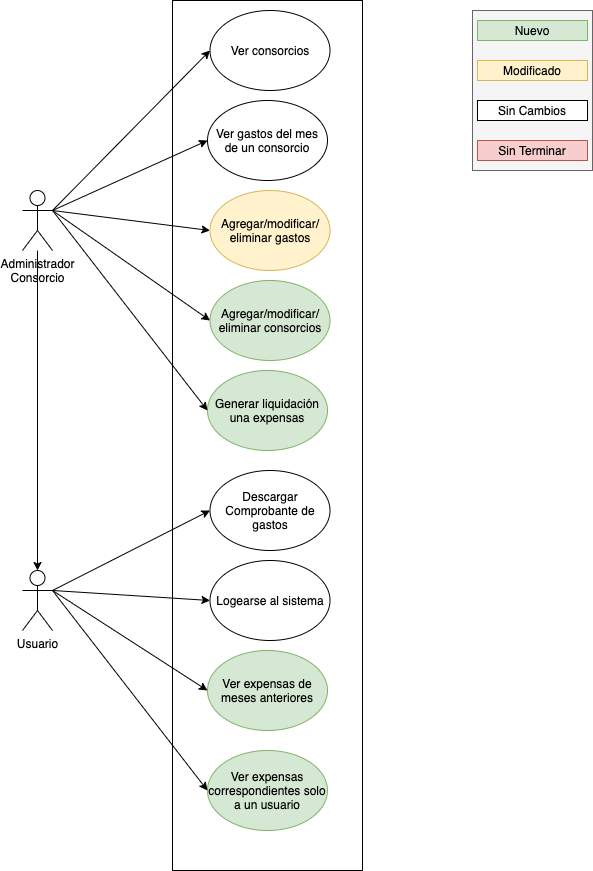
fbritez/consorcio-unido keeps this draw.io diagram as united-consortium-doc/use-cases-sources/entrega2.png. Above is the earlier version. Source tidied: cells renumbered, new cells last; positions are measured from the earlier drawing's top-left corner, leaving out a move shared by most shapes. Source of this version:
```xml
<mxGraphModel>
  <root>
    <mxCell id="0" />
    <mxCell id="1" parent="0" />
    <mxCell id="2" style="rounded=0;whiteSpace=wrap;html=1;" parent="1" vertex="1">
      <mxGeometry x="150" width="190" height="870" as="geometry" />
    </mxCell>
    <mxCell id="3" style="edgeStyle=orthogonalEdgeStyle;rounded=0;jettySize=auto;html=1;entryX=0.5;entryY=0;entryDx=0;entryDy=0;entryPerimeter=0;" parent="1" edge="1" source="4" target="20">
      <mxGeometry relative="1" as="geometry" />
    </mxCell>
    <mxCell id="4" value="Administrador&lt;br&gt;Consorcio" style="shape=umlActor;verticalLabelPosition=bottom;verticalAlign=top;html=1;outlineConnect=0;" parent="1" vertex="1">
      <mxGeometry y="190" width="30" height="60" as="geometry" />
    </mxCell>
    <mxCell id="5" value="Ver consorcios" style="ellipse;whiteSpace=wrap;html=1;" parent="1" vertex="1">
      <mxGeometry x="187.5" y="10" width="120" height="80" as="geometry" />
    </mxCell>
    <mxCell id="6" style="endArrow=classic;html=1;entryX=0;entryY=0.5;entryDx=0;entryDy=0;exitX=1;exitY=0.3333333333333333;exitDx=0;exitDy=0;exitPerimeter=0;" parent="1" edge="1" source="4" target="5">
      <mxGeometry relative="1" as="geometry" />
    </mxCell>
    <mxCell id="7" value="Ver gastos del mes&lt;br&gt;de un consorcio" style="ellipse;whiteSpace=wrap;html=1;" parent="1" vertex="1">
      <mxGeometry x="185" y="100" width="120" height="80" as="geometry" />
    </mxCell>
    <mxCell id="8" style="endArrow=classic;html=1;entryX=0;entryY=0.5;entryDx=0;entryDy=0;exitX=1;exitY=0.3333333333333333;exitDx=0;exitDy=0;exitPerimeter=0;" parent="1" edge="1" source="4" target="7">
      <mxGeometry relative="1" as="geometry" />
    </mxCell>
    <mxCell id="9" value="Agregar/modificar/&lt;br&gt;eliminar gastos" style="ellipse;whiteSpace=wrap;html=1;fillColor=#fff2cc;strokeColor=#d6b656;" parent="1" vertex="1">
      <mxGeometry x="187.5" y="190" width="120" height="80" as="geometry" />
    </mxCell>
    <mxCell id="10" style="endArrow=classic;html=1;entryX=0;entryY=0.5;entryDx=0;entryDy=0;exitX=1;exitY=0.3333333333333333;exitDx=0;exitDy=0;exitPerimeter=0;" parent="1" edge="1" source="4" target="9">
      <mxGeometry relative="1" as="geometry" />
    </mxCell>
    <mxCell id="11" style="rounded=0;whiteSpace=wrap;html=1;fillColor=#f5f5f5;strokeColor=#666666;fontColor=#333333;" parent="1" vertex="1">
      <mxGeometry x="450" y="10" width="120" height="160" as="geometry" />
    </mxCell>
    <mxCell id="12" value="Nuevo" style="rounded=0;whiteSpace=wrap;html=1;fillColor=#d5e8d4;strokeColor=#82b366;" parent="1" vertex="1">
      <mxGeometry x="455" y="20" width="110" height="20" as="geometry" />
    </mxCell>
    <mxCell id="13" value="Modificado" style="rounded=0;whiteSpace=wrap;html=1;fillColor=#fff2cc;strokeColor=#d6b656;" parent="1" vertex="1">
      <mxGeometry x="455" y="60" width="110" height="20" as="geometry" />
    </mxCell>
    <mxCell id="14" value="Sin Cambios" style="rounded=0;whiteSpace=wrap;html=1;" parent="1" vertex="1">
      <mxGeometry x="455" y="100" width="110" height="20" as="geometry" />
    </mxCell>
    <mxCell id="15" value="Sin Terminar" style="rounded=0;whiteSpace=wrap;html=1;fillColor=#f8cecc;strokeColor=#b85450;" parent="1" vertex="1">
      <mxGeometry x="455" y="140" width="110" height="20" as="geometry" />
    </mxCell>
    <mxCell id="16" value="Descargar Comprobante de gastos" style="ellipse;whiteSpace=wrap;html=1;fillColor=#FFFFFF;strokeColor=#000000;" parent="1" vertex="1">
      <mxGeometry x="187.5" y="470" width="120" height="80" as="geometry" />
    </mxCell>
    <mxCell id="17" value="Logearse al sistema" style="ellipse;whiteSpace=wrap;html=1;fillColor=#FFFFFF;strokeColor=#000000;" parent="1" vertex="1">
      <mxGeometry x="187.5" y="560" width="120" height="80" as="geometry" />
    </mxCell>
    <mxCell id="18" style="endArrow=classic;html=1;entryX=0;entryY=0.5;entryDx=0;entryDy=0;exitX=1;exitY=0.3333333333333333;exitDx=0;exitDy=0;exitPerimeter=0;" parent="1" edge="1" source="20" target="16">
      <mxGeometry relative="1" as="geometry" />
    </mxCell>
    <mxCell id="19" style="endArrow=classic;html=1;entryX=0;entryY=0.5;entryDx=0;entryDy=0;exitX=1;exitY=0.333;exitDx=0;exitDy=0;exitPerimeter=0;" parent="1" edge="1" source="20" target="17">
      <mxGeometry relative="1" as="geometry" />
    </mxCell>
    <mxCell id="20" value="Usuario" style="shape=umlActor;verticalLabelPosition=bottom;verticalAlign=top;html=1;outlineConnect=0;" parent="1" vertex="1">
      <mxGeometry y="570" width="30" height="60" as="geometry" />
    </mxCell>
    <mxCell id="21" value="Agregar/modificar/&lt;br&gt;eliminar consorcios" style="ellipse;whiteSpace=wrap;html=1;fillColor=#d5e8d4;strokeColor=#82b366;" parent="1" vertex="1">
      <mxGeometry x="187.5" y="280" width="120" height="80" as="geometry" />
    </mxCell>
    <mxCell id="22" style="endArrow=classic;html=1;entryX=0;entryY=0.5;entryDx=0;entryDy=0;exitX=1;exitY=0.3333333333333333;exitDx=0;exitDy=0;exitPerimeter=0;" parent="1" edge="1" source="4" target="21">
      <mxGeometry relative="1" as="geometry" />
    </mxCell>
    <mxCell id="23" value="Ver expensas de meses anteriores" style="ellipse;whiteSpace=wrap;html=1;fillColor=#d5e8d4;strokeColor=#82b366;" parent="1" vertex="1">
      <mxGeometry x="185" y="650" width="120" height="80" as="geometry" />
    </mxCell>
    <mxCell id="24" style="endArrow=classic;html=1;entryX=0;entryY=0.5;entryDx=0;entryDy=0;exitX=1;exitY=0.3333333333333333;exitDx=0;exitDy=0;exitPerimeter=0;" parent="1" edge="1" source="20" target="23">
      <mxGeometry relative="1" as="geometry" />
    </mxCell>
    <mxCell id="25" value="Ver expensas correspondientes solo a un usuario" style="ellipse;whiteSpace=wrap;html=1;fillColor=#d5e8d4;strokeColor=#82b366;" parent="1" vertex="1">
      <mxGeometry x="185" y="750" width="120" height="80" as="geometry" />
    </mxCell>
    <mxCell id="26" style="endArrow=classic;html=1;entryX=0;entryY=0.5;entryDx=0;entryDy=0;exitX=1;exitY=0.3333333333333333;exitDx=0;exitDy=0;exitPerimeter=0;" parent="1" edge="1" source="20" target="25">
      <mxGeometry relative="1" as="geometry" />
    </mxCell>
    <mxCell id="27" value="Generar liquidación una expensas" style="ellipse;whiteSpace=wrap;html=1;fillColor=#d5e8d4;strokeColor=#82b366;" parent="1" vertex="1">
      <mxGeometry x="185" y="370" width="120" height="80" as="geometry" />
    </mxCell>
    <mxCell id="28" style="endArrow=classic;html=1;entryX=0;entryY=0.5;entryDx=0;entryDy=0;exitX=1;exitY=0.3333333333333333;exitDx=0;exitDy=0;exitPerimeter=0;" parent="1" edge="1" source="4" target="27">
      <mxGeometry relative="1" as="geometry" />
    </mxCell>
  </root>
</mxGraphModel>
```
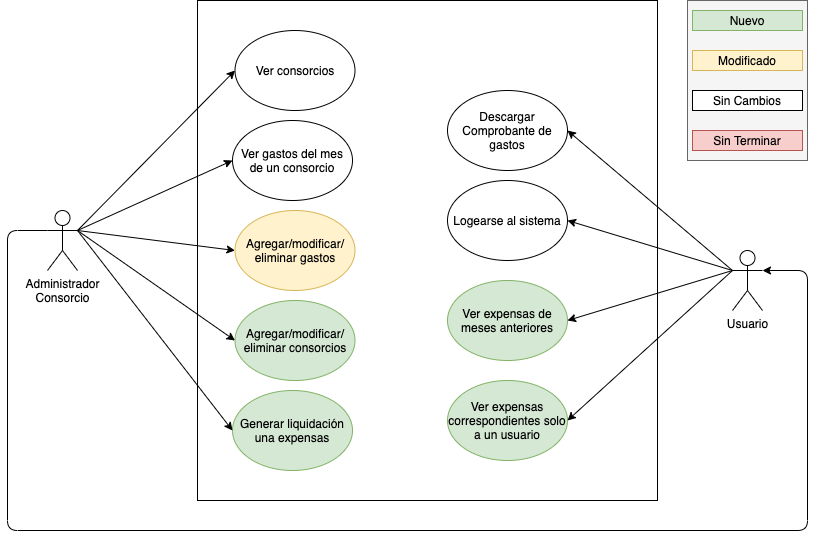
After the commit.

What changed in the source:
```diff
@@ -3,85 +3,92 @@
     <mxCell id="0" />
     <mxCell id="1" parent="0" />
     <mxCell id="2" style="rounded=0;whiteSpace=wrap;html=1;" parent="1" vertex="1">
-      <mxGeometry x="150" width="190" height="870" as="geometry" />
+      <mxGeometry x="130" width="460" height="500" as="geometry" />
     </mxCell>
-    <mxCell id="3" style="edgeStyle=orthogonalEdgeStyle;rounded=0;jettySize=auto;html=1;entryX=0.5;entryY=0;entryDx=0;entryDy=0;entryPerimeter=0;" parent="1" edge="1" source="4" target="20">
-      <mxGeometry relative="1" as="geometry" />
-    </mxCell>
     <mxCell id="4" value="Administrador&lt;br&gt;Consorcio" style="shape=umlActor;verticalLabelPosition=bottom;verticalAlign=top;html=1;outlineConnect=0;" parent="1" vertex="1">
-      <mxGeometry y="190" width="30" height="60" as="geometry" />
+      <mxGeometry x="-20" y="210" width="30" height="60" as="geometry" />
     </mxCell>
     <mxCell id="5" value="Ver consorcios" style="ellipse;whiteSpace=wrap;html=1;" parent="1" vertex="1">
-      <mxGeometry x="187.5" y="10" width="120" height="80" as="geometry" />
+      <mxGeometry x="167.5" y="30" width="120" height="80" as="geometry" />
     </mxCell>
     <mxCell id="6" style="endArrow=classic;html=1;entryX=0;entryY=0.5;entryDx=0;entryDy=0;exitX=1;exitY=0.3333333333333333;exitDx=0;exitDy=0;exitPerimeter=0;" parent="1" edge="1" source="4" target="5">
       <mxGeometry relative="1" as="geometry" />
     </mxCell>
     <mxCell id="7" value="Ver gastos del mes&lt;br&gt;de un consorcio" style="ellipse;whiteSpace=wrap;html=1;" parent="1" vertex="1">
-      <mxGeometry x="185" y="100" width="120" height="80" as="geometry" />
+      <mxGeometry x="165" y="120" width="120" height="80" as="geometry" />
     </mxCell>
     <mxCell id="8" style="endArrow=classic;html=1;entryX=0;entryY=0.5;entryDx=0;entryDy=0;exitX=1;exitY=0.3333333333333333;exitDx=0;exitDy=0;exitPerimeter=0;" parent="1" edge="1" source="4" target="7">
       <mxGeometry relative="1" as="geometry" />
     </mxCell>
     <mxCell id="9" value="Agregar/modificar/&lt;br&gt;eliminar gastos" style="ellipse;whiteSpace=wrap;html=1;fillColor=#fff2cc;strokeColor=#d6b656;" parent="1" vertex="1">
-      <mxGeometry x="187.5" y="190" width="120" height="80" as="geometry" />
+      <mxGeometry x="167.5" y="210" width="120" height="80" as="geometry" />
     </mxCell>
     <mxCell id="10" style="endArrow=classic;html=1;entryX=0;entryY=0.5;entryDx=0;entryDy=0;exitX=1;exitY=0.3333333333333333;exitDx=0;exitDy=0;exitPerimeter=0;" parent="1" edge="1" source="4" target="9">
       <mxGeometry relative="1" as="geometry" />
     </mxCell>
     <mxCell id="11" style="rounded=0;whiteSpace=wrap;html=1;fillColor=#f5f5f5;strokeColor=#666666;fontColor=#333333;" parent="1" vertex="1">
-      <mxGeometry x="450" y="10" width="120" height="160" as="geometry" />
+      <mxGeometry x="620" width="120" height="160" as="geometry" />
     </mxCell>
     <mxCell id="12" value="Nuevo" style="rounded=0;whiteSpace=wrap;html=1;fillColor=#d5e8d4;strokeColor=#82b366;" parent="1" vertex="1">
-      <mxGeometry x="455" y="20" width="110" height="20" as="geometry" />
+      <mxGeometry x="625" y="10" width="110" height="20" as="geometry" />
     </mxCell>
     <mxCell id="13" value="Modificado" style="rounded=0;whiteSpace=wrap;html=1;fillColor=#fff2cc;strokeColor=#d6b656;" parent="1" vertex="1">
-      <mxGeometry x="455" y="60" width="110" height="20" as="geometry" />
+      <mxGeometry x="625" y="50" width="110" height="20" as="geometry" />
     </mxCell>
     <mxCell id="14" value="Sin Cambios" style="rounded=0;whiteSpace=wrap;html=1;" parent="1" vertex="1">
-      <mxGeometry x="455" y="100" width="110" height="20" as="geometry" />
+      <mxGeometry x="625" y="90" width="110" height="20" as="geometry" />
     </mxCell>
     <mxCell id="15" value="Sin Terminar" style="rounded=0;whiteSpace=wrap;html=1;fillColor=#f8cecc;strokeColor=#b85450;" parent="1" vertex="1">
-      <mxGeometry x="455" y="140" width="110" height="20" as="geometry" />
+      <mxGeometry x="625" y="130" width="110" height="20" as="geometry" />
     </mxCell>
     <mxCell id="16" value="Descargar Comprobante de gastos" style="ellipse;whiteSpace=wrap;html=1;fillColor=#FFFFFF;strokeColor=#000000;" parent="1" vertex="1">
-      <mxGeometry x="187.5" y="470" width="120" height="80" as="geometry" />
+      <mxGeometry x="380" y="90" width="120" height="80" as="geometry" />
     </mxCell>
     <mxCell id="17" value="Logearse al sistema" style="ellipse;whiteSpace=wrap;html=1;fillColor=#FFFFFF;strokeColor=#000000;" parent="1" vertex="1">
-      <mxGeometry x="187.5" y="560" width="120" height="80" as="geometry" />
+      <mxGeometry x="380" y="180" width="120" height="80" as="geometry" />
     </mxCell>
-    <mxCell id="18" style="endArrow=classic;html=1;entryX=0;entryY=0.5;entryDx=0;entryDy=0;exitX=1;exitY=0.3333333333333333;exitDx=0;exitDy=0;exitPerimeter=0;" parent="1" edge="1" source="20" target="16">
+    <mxCell id="18" style="endArrow=classic;html=1;entryX=1;entryY=0.5;entryDx=0;entryDy=0;exitX=0;exitY=0.3333333333333333;exitDx=0;exitDy=0;exitPerimeter=0;" parent="1" edge="1" source="20" target="16">
       <mxGeometry relative="1" as="geometry" />
     </mxCell>
-    <mxCell id="19" style="endArrow=classic;html=1;entryX=0;entryY=0.5;entryDx=0;entryDy=0;exitX=1;exitY=0.333;exitDx=0;exitDy=0;exitPerimeter=0;" parent="1" edge="1" source="20" target="17">
+    <mxCell id="19" style="endArrow=classic;html=1;entryX=1;entryY=0.5;entryDx=0;entryDy=0;exitX=0;exitY=0.3333333333333333;exitDx=0;exitDy=0;exitPerimeter=0;" parent="1" edge="1" source="20" target="17">
       <mxGeometry relative="1" as="geometry" />
     </mxCell>
     <mxCell id="20" value="Usuario" style="shape=umlActor;verticalLabelPosition=bottom;verticalAlign=top;html=1;outlineConnect=0;" parent="1" vertex="1">
-      <mxGeometry y="570" width="30" height="60" as="geometry" />
+      <mxGeometry x="665" y="250" width="30" height="60" as="geometry" />
     </mxCell>
     <mxCell id="21" value="Agregar/modificar/&lt;br&gt;eliminar consorcios" style="ellipse;whiteSpace=wrap;html=1;fillColor=#d5e8d4;strokeColor=#82b366;" parent="1" vertex="1">
-      <mxGeometry x="187.5" y="280" width="120" height="80" as="geometry" />
+      <mxGeometry x="167.5" y="300" width="120" height="80" as="geometry" />
     </mxCell>
     <mxCell id="22" style="endArrow=classic;html=1;entryX=0;entryY=0.5;entryDx=0;entryDy=0;exitX=1;exitY=0.3333333333333333;exitDx=0;exitDy=0;exitPerimeter=0;" parent="1" edge="1" source="4" target="21">
       <mxGeometry relative="1" as="geometry" />
     </mxCell>
     <mxCell id="23" value="Ver expensas de meses anteriores" style="ellipse;whiteSpace=wrap;html=1;fillColor=#d5e8d4;strokeColor=#82b366;" parent="1" vertex="1">
-      <mxGeometry x="185" y="650" width="120" height="80" as="geometry" />
+      <mxGeometry x="380" y="280" width="120" height="80" as="geometry" />
     </mxCell>
-    <mxCell id="24" style="endArrow=classic;html=1;entryX=0;entryY=0.5;entryDx=0;entryDy=0;exitX=1;exitY=0.3333333333333333;exitDx=0;exitDy=0;exitPerimeter=0;" parent="1" edge="1" source="20" target="23">
+    <mxCell id="24" style="endArrow=classic;html=1;entryX=1;entryY=0.5;entryDx=0;entryDy=0;exitX=0;exitY=0.3333333333333333;exitDx=0;exitDy=0;exitPerimeter=0;" parent="1" edge="1" source="20" target="23">
       <mxGeometry relative="1" as="geometry" />
     </mxCell>
     <mxCell id="25" value="Ver expensas correspondientes solo a un usuario" style="ellipse;whiteSpace=wrap;html=1;fillColor=#d5e8d4;strokeColor=#82b366;" parent="1" vertex="1">
-      <mxGeometry x="185" y="750" width="120" height="80" as="geometry" />
+      <mxGeometry x="380" y="380" width="120" height="80" as="geometry" />
     </mxCell>
-    <mxCell id="26" style="endArrow=classic;html=1;entryX=0;entryY=0.5;entryDx=0;entryDy=0;exitX=1;exitY=0.3333333333333333;exitDx=0;exitDy=0;exitPerimeter=0;" parent="1" edge="1" source="20" target="25">
+    <mxCell id="26" style="endArrow=classic;html=1;entryX=1;entryY=0.5;entryDx=0;entryDy=0;exitX=0;exitY=0.3333333333333333;exitDx=0;exitDy=0;exitPerimeter=0;" parent="1" edge="1" source="20" target="25">
       <mxGeometry relative="1" as="geometry" />
     </mxCell>
     <mxCell id="27" value="Generar liquidación una expensas" style="ellipse;whiteSpace=wrap;html=1;fillColor=#d5e8d4;strokeColor=#82b366;" parent="1" vertex="1">
-      <mxGeometry x="185" y="370" width="120" height="80" as="geometry" />
+      <mxGeometry x="165" y="390" width="120" height="80" as="geometry" />
     </mxCell>
     <mxCell id="28" style="endArrow=classic;html=1;entryX=0;entryY=0.5;entryDx=0;entryDy=0;exitX=1;exitY=0.3333333333333333;exitDx=0;exitDy=0;exitPerimeter=0;" parent="1" edge="1" source="4" target="27">
       <mxGeometry relative="1" as="geometry" />
     </mxCell>
+    <mxCell id="3" style="endArrow=classic;html=1;entryX=1;entryY=0.3333333333333333;entryDx=0;entryDy=0;exitX=0;exitY=0.3333333333333333;exitDx=0;exitDy=0;exitPerimeter=0;entryPerimeter=0;" parent="1" edge="1" source="4" target="20">
+      <mxGeometry relative="1" as="geometry">
+        <Array as="points">
+          <mxPoint x="-60" y="230" />
+          <mxPoint x="-60" y="530" />
+          <mxPoint x="740" y="530" />
+          <mxPoint x="740" y="270" />
+        </Array>
+      </mxGeometry>
+    </mxCell>
   </root>
 </mxGraphModel>
```
